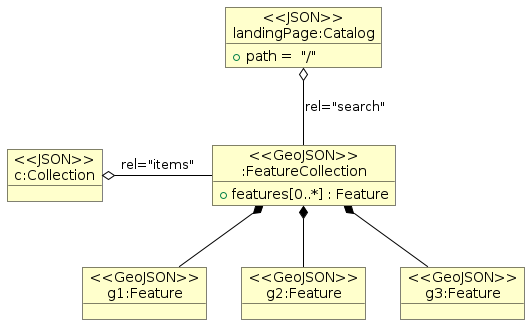
Before: figures/objects-granule-catalog-item.png, a diagram exported from PlantUML (ceos-org/stac-collection-and-granule-discovery-best-practices).
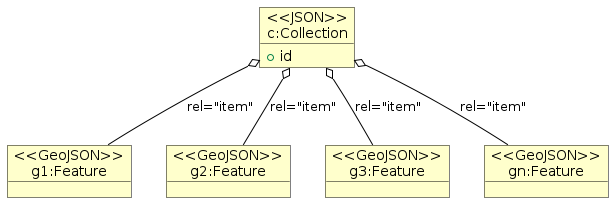
Later version of the same file.

Change to the diagram source:
```diff
@@ -8,13 +8,9 @@
 hide circle
 show <<GeoJSON>> circle
 
-object "<<JSON>>\nlandingPage:Catalog" as root #BUSINESS {
-  +path =  "/"
-}
 
-
-object "<<JSON>>\nc:Collection" as c #BUSINESS {
-
+object "<<JSON>>\nc:Collection" as root #BUSINESS {
+   +id
 }
 
 object "<<GeoJSON>>\ng1:Feature" as g1 #BUSINESS {
@@ -26,16 +22,13 @@
 object "<<GeoJSON>>\ng3:Feature" as g3 #BUSINESS {
 
 }
+object "<<GeoJSON>>\ngn:Feature" as gn #BUSINESS {
 
-object "<<GeoJSON>>\n:FeatureCollection" as fc #BUSINESS {
-   +features[0..*] : Feature
 }
 
-root o-down- "fc" : "rel="search""
 
-c o-right- "fc" : "rel="items""
-
-fc *-- "g1"
-fc *-- "g2"
-fc *-- "g3"
+root o-- "g1" : "rel="item""
+root o-- "g2" : "rel="item""
+root o-- "g3" : "rel="item""
+root o-- "gn" : "rel="item""
 @enduml
```
